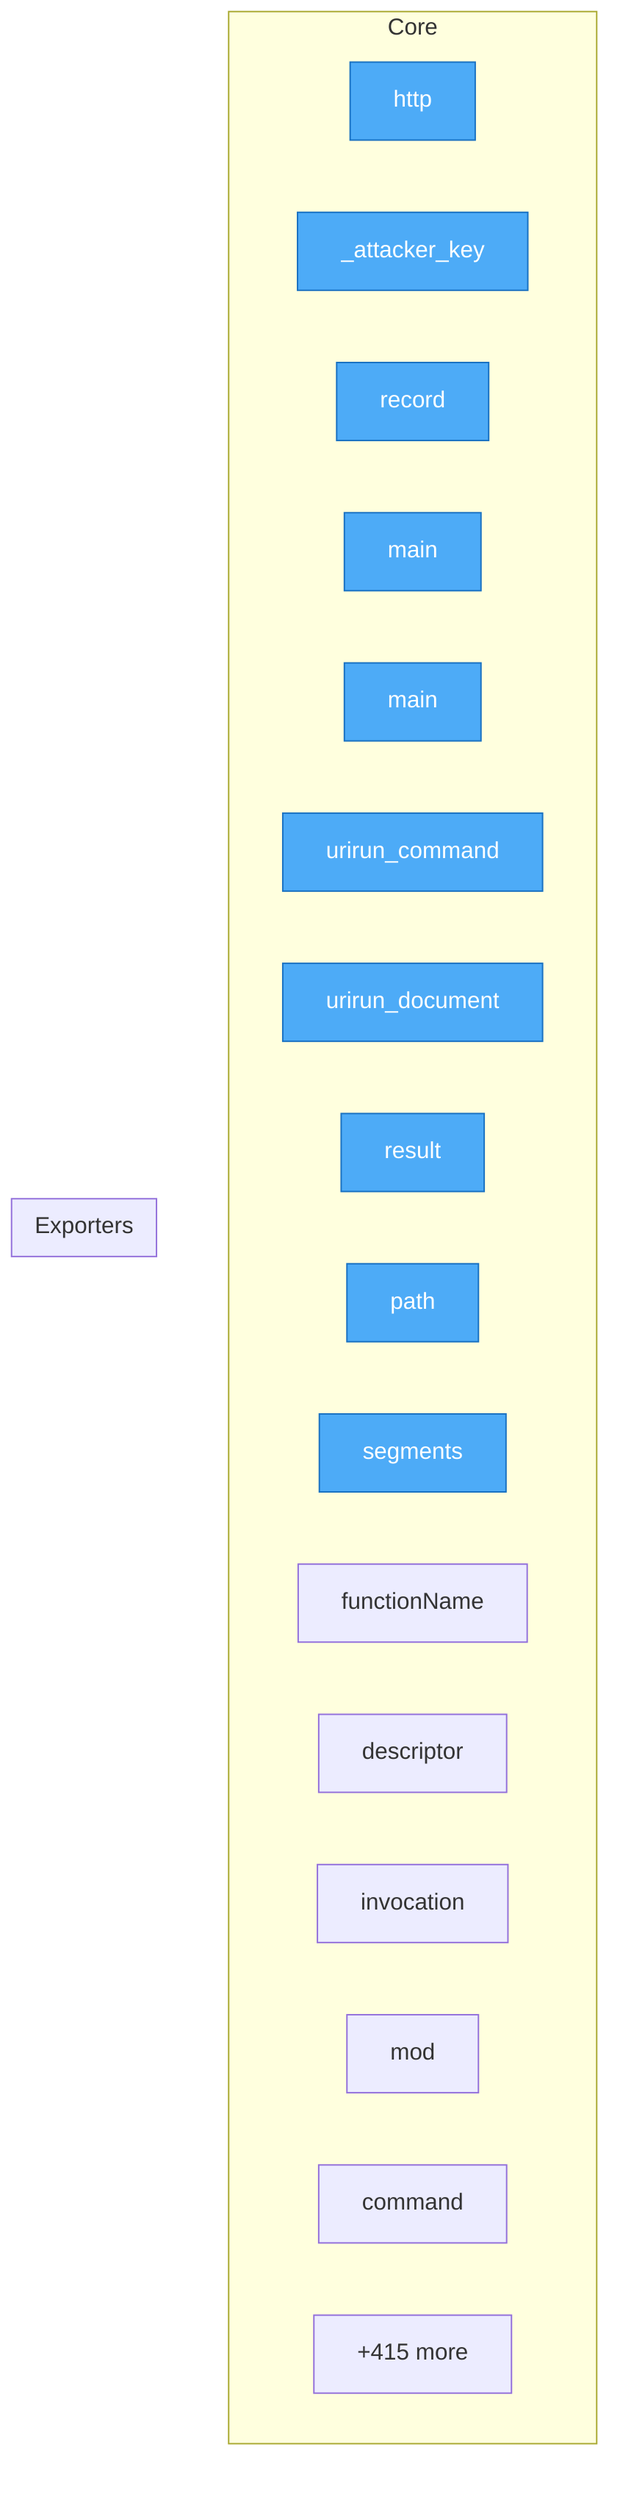
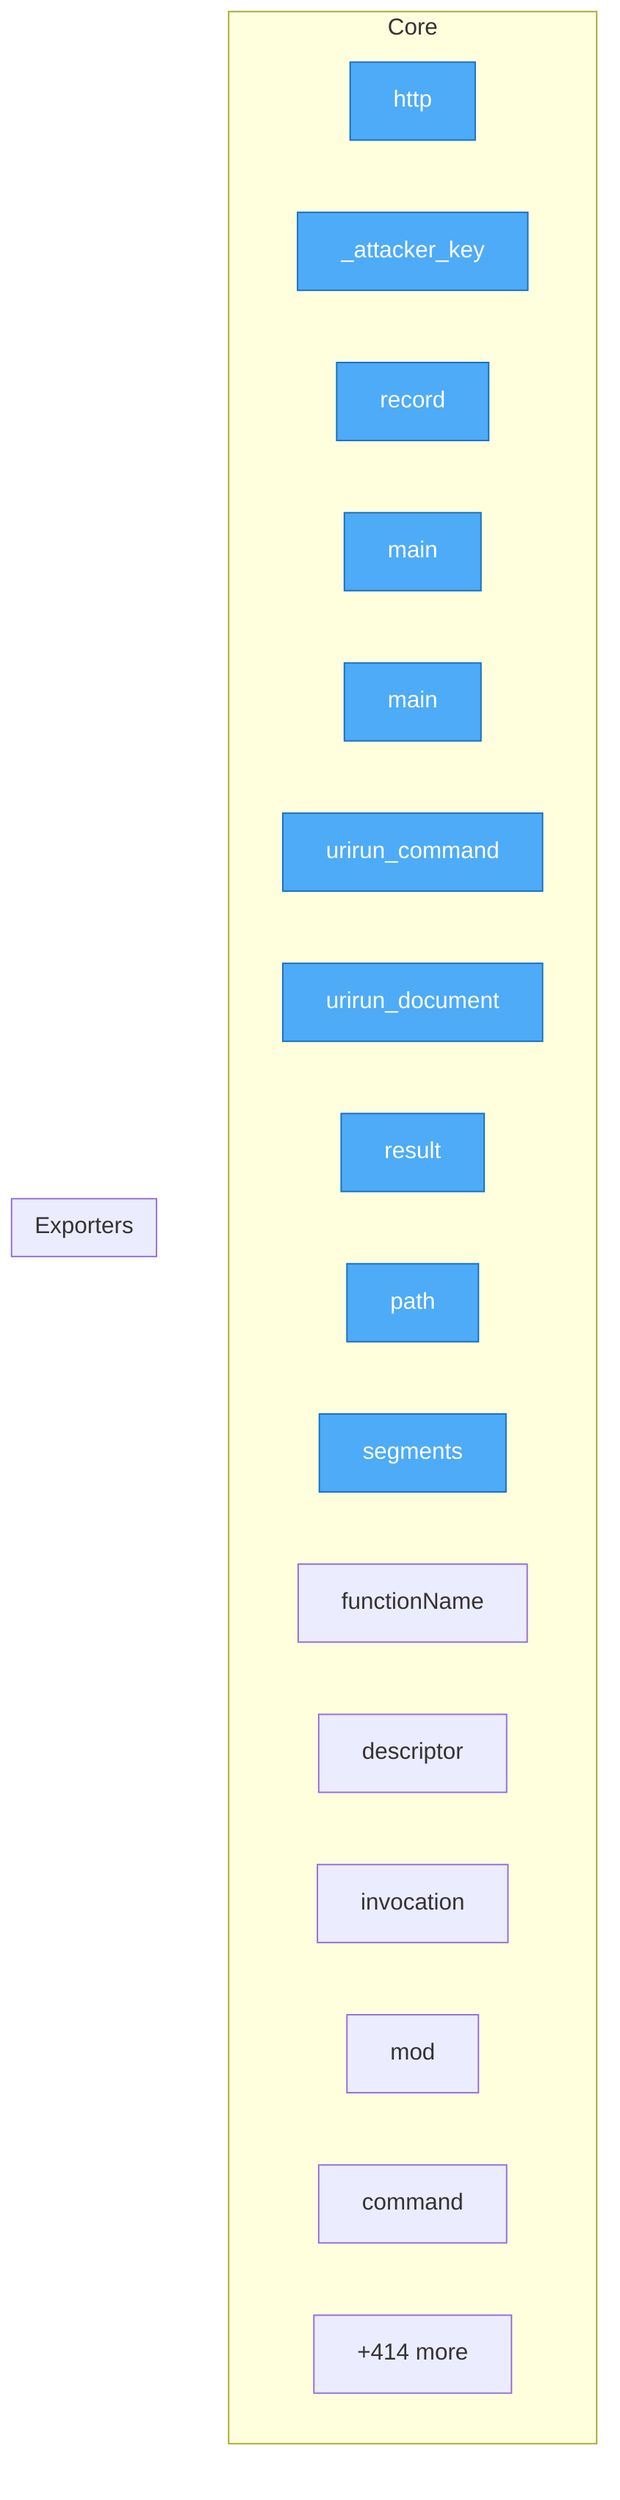
flowchart TD
%% generated in 0.02s

    %% Entry points (blue)
    classDef entry fill:#4dabf7,stroke:#1971c2,color:#fff

    subgraph Core
        security__mesh_probe__probe__http["http"]
        security__mesh_probe__probe___attacker_key["_attacker_key"]
        security__mesh_probe__probe__record["record"]
        adapters__conformance__main["main"]
        adapters__new_connector__main["main"]
        adapters__bash__urirun__urirun_command["urirun_command"]
        adapters__bash__urirun__urirun_document["urirun_document"]
        adapters__js__index__test__result["result"]
        adapters__js__path["path"]
        adapters__js__segments["segments"]
        adapters__js__functionName["functionName"]
        adapters__js__descriptor["descriptor"]
        adapters__js__invocation["invocation"]
        adapters__js__mod["mod"]
        adapters__java__Urirun__Urirun__command["command"]
-         ...["+415 more"]
+         ...["+414 more"]
    end

    subgraph Exporters
    end

    class security__mesh_probe__probe__http,security__mesh_probe__probe___attacker_key,security__mesh_probe__probe__record,adapters__conformance__main,adapters__new_connector__main,adapters__bash__urirun__urirun_command,adapters__bash__urirun__urirun_document,adapters__js__index__test__result,adapters__js__path,adapters__js__segments entry
